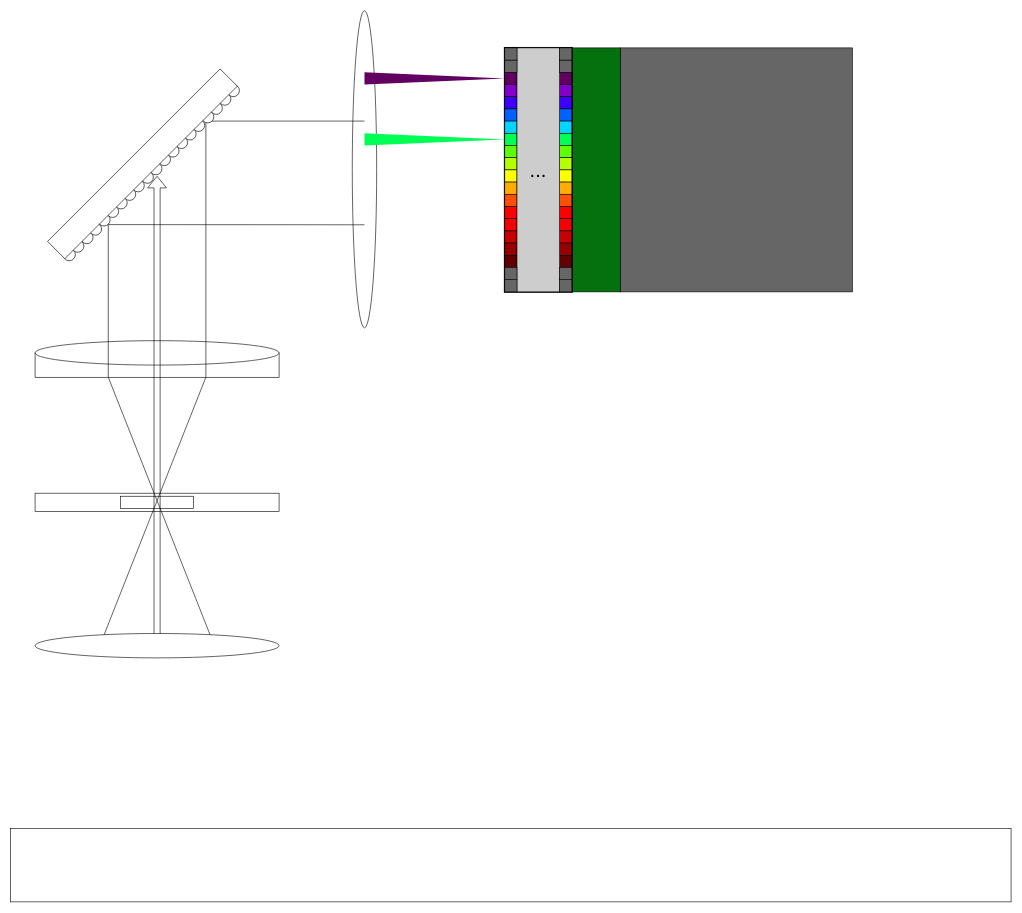
Above: sushiBlockDiagram.drawio in snider-lab-msu/figures (draw.io), before the change. Source tidied: cells renumbered, new cells numbered last; positions are measured from the earlier drawing's top-left corner, leaving out a move shared by most shapes. Both pictures are drawn from the tidied source at 61%, with x=0, y=0 at pixel (10, 48).
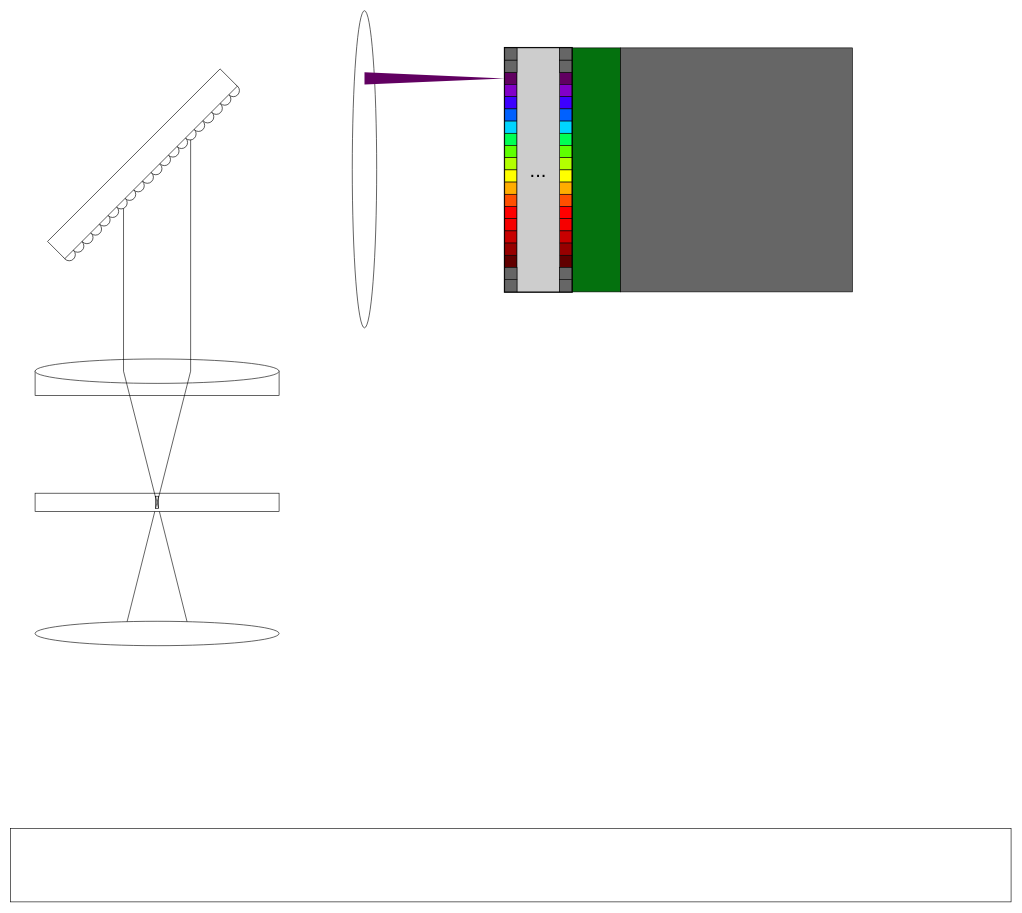
The same diagram, later.

Commit message:
narrowed slit

The edit, as a diff of the source:
```diff
@@
+    <mxCell id="53" style="group;" parent="1" vertex="1">
+      <mxGeometry x="40" y="510" width="400" height="60" as="geometry" />
+    </mxCell>
+    <mxCell id="54" style="rounded=0;whiteSpace=wrap;html=1;" parent="53" vertex="1">
+      <mxGeometry y="20" width="400" height="40" as="geometry" />
+    </mxCell>
+    <mxCell id="55" style="ellipse;whiteSpace=wrap;html=1;" parent="53" vertex="1">
+      <mxGeometry width="400" height="40" as="geometry" />
+    </mxCell>
+    <mxCell id="85" style="endArrow=none;html=1;rounded=0;exitX=0;exitY=1;exitDx=0;exitDy=0;entryX=0.629;entryY=0.945;entryDx=0;entryDy=0;entryPerimeter=0;" parent="1" edge="1">
+      <mxGeometry relative="1" as="geometry">
+        <mxPoint x="188" y="952" as="sourcePoint" />
+        <mxPoint x="237.5" y="755" as="targetPoint" />
+      </mxGeometry>
+    </mxCell>
+    <mxCell id="86" style="endArrow=none;html=1;rounded=0;exitX=0;exitY=1;exitDx=0;exitDy=0;entryX=0.629;entryY=0.945;entryDx=0;entryDy=0;entryPerimeter=0;" parent="1" edge="1">
+      <mxGeometry relative="1" as="geometry">
+        <mxPoint x="242.5" y="755" as="sourcePoint" />
+        <mxPoint x="292" y="952" as="targetPoint" />
+      </mxGeometry>
+    </mxCell>
@@
-    <mxCell id="3" style="endArrow=none;html=1;rounded=0;" parent="1" edge="1">
-      <mxGeometry relative="1" as="geometry">
-        <mxPoint x="300" y="120" as="sourcePoint" />
-        <mxPoint x="580" y="120" as="targetPoint" />
-      </mxGeometry>
-    </mxCell>
@@
-    <mxCell id="8" style="rounded=0;whiteSpace=wrap;html=1;" parent="1" vertex="1">
-      <mxGeometry x="180" y="735" width="120" height="20" as="geometry" />
+    <mxCell id="8" style="rounded=0;whiteSpace=wrap;html=1;fillColor=none;strokeColor=default;" parent="1" vertex="1">
+      <mxGeometry x="237.5" y="735" width="5" height="20" as="geometry" />
     </mxCell>
@@
-    <mxCell id="51" style="endArrow=none;html=1;rounded=0;entryX=0.7;entryY=0.998;entryDx=0;entryDy=0;entryPerimeter=0;" parent="1" edge="1" target="54">
-      <mxGeometry relative="1" as="geometry">
-        <mxPoint x="150" y="970" as="sourcePoint" />
-      </mxGeometry>
-    </mxCell>
-    <mxCell id="52" style="endArrow=none;html=1;rounded=0;entryX=0.3;entryY=0.997;entryDx=0;entryDy=0;entryPerimeter=0;" parent="1" edge="1" target="54">
-      <mxGeometry relative="1" as="geometry">
-        <mxPoint x="330" y="970" as="sourcePoint" />
-      </mxGeometry>
-    </mxCell>
-    <mxCell id="53" style="group;" parent="1" vertex="1">
-      <mxGeometry x="40" y="480" width="400" height="60" as="geometry" />
-    </mxCell>
-    <mxCell id="54" style="rounded=0;whiteSpace=wrap;html=1;" parent="53" vertex="1">
-      <mxGeometry y="20" width="400" height="40" as="geometry" />
-    </mxCell>
-    <mxCell id="55" style="ellipse;whiteSpace=wrap;html=1;" parent="53" vertex="1">
-      <mxGeometry width="400" height="40" as="geometry" />
-    </mxCell>
-    <mxCell id="56" style="endArrow=none;html=1;rounded=0;" parent="1" edge="1">
-      <mxGeometry relative="1" as="geometry">
-        <mxPoint x="160" y="540" as="sourcePoint" />
-        <mxPoint x="160" y="272.5" as="targetPoint" />
-      </mxGeometry>
-    </mxCell>
-    <mxCell id="57" style="endArrow=none;html=1;rounded=0;" parent="1" edge="1">
-      <mxGeometry relative="1" as="geometry">
-        <mxPoint x="320" y="540" as="sourcePoint" />
-        <mxPoint x="320" y="115" as="targetPoint" />
-      </mxGeometry>
-    </mxCell>
-    <mxCell id="58" style="endArrow=none;html=1;rounded=0;" parent="1" edge="1">
-      <mxGeometry relative="1" as="geometry">
-        <mxPoint x="135" y="289.7" as="sourcePoint" />
-        <mxPoint x="580" y="290" as="targetPoint" />
-      </mxGeometry>
-    </mxCell>
+    <mxCell id="82" style="ellipse;whiteSpace=wrap;html=1;" parent="1" vertex="1">
+      <mxGeometry x="40" y="940" width="400" height="40" as="geometry" />
+    </mxCell>
+    <mxCell id="83" style="triangle;whiteSpace=wrap;html=1;fillColor=#610061;strokeColor=none;" parent="1" vertex="1">
+      <mxGeometry x="580" y="40" width="230" height="20" as="geometry" />
+    </mxCell>
+    <mxCell id="87" style="endArrow=none;html=1;rounded=0;exitX=0;exitY=1;exitDx=0;exitDy=0;entryX=1;entryY=0;entryDx=0;entryDy=0;" parent="1" edge="1" source="8" target="8">
+      <mxGeometry relative="1" as="geometry" />
+    </mxCell>
+    <mxCell id="88" style="endArrow=none;html=1;rounded=0;entryX=0.629;entryY=0.945;entryDx=0;entryDy=0;entryPerimeter=0;" parent="1" edge="1">
+      <mxGeometry relative="1" as="geometry">
+        <mxPoint x="185" y="530" as="sourcePoint" />
+        <mxPoint x="237.5" y="737" as="targetPoint" />
+      </mxGeometry>
+    </mxCell>
+    <mxCell id="89" style="endArrow=none;html=1;rounded=0;exitX=0;exitY=1;exitDx=0;exitDy=0;entryX=1;entryY=0;entryDx=0;entryDy=0;" parent="1" edge="1">
+      <mxGeometry relative="1" as="geometry">
+        <mxPoint x="237.5" y="735" as="sourcePoint" />
+        <mxPoint x="242.5" y="755" as="targetPoint" />
+      </mxGeometry>
+    </mxCell>
+    <mxCell id="90" style="endArrow=none;html=1;rounded=0;" parent="1" edge="1">
+      <mxGeometry relative="1" as="geometry">
+        <mxPoint x="295" y="530" as="sourcePoint" />
+        <mxPoint x="295" y="130" as="targetPoint" />
+      </mxGeometry>
+    </mxCell>
+    <mxCell id="91" style="endArrow=none;html=1;rounded=0;entryX=0.629;entryY=0.945;entryDx=0;entryDy=0;entryPerimeter=0;" parent="1" edge="1">
+      <mxGeometry relative="1" as="geometry">
+        <mxPoint x="242.5" y="737" as="sourcePoint" />
+        <mxPoint x="295" y="530" as="targetPoint" />
+      </mxGeometry>
+    </mxCell>
+    <mxCell id="92" style="endArrow=none;html=1;rounded=0;" parent="1" edge="1">
+      <mxGeometry relative="1" as="geometry">
+        <mxPoint x="185" y="530" as="sourcePoint" />
+        <mxPoint x="185" y="220" as="targetPoint" />
+      </mxGeometry>
+    </mxCell>
@@
-    <mxCell id="81" style="shape=flexArrow;endArrow=classic;html=1;rounded=0;" parent="1" edge="1">
-      <mxGeometry relative="1" as="geometry">
-        <mxPoint x="240" y="980" as="sourcePoint" />
-        <mxPoint x="240" y="210" as="targetPoint" />
-      </mxGeometry>
-    </mxCell>
-    <mxCell id="82" style="ellipse;whiteSpace=wrap;html=1;" parent="1" vertex="1">
-      <mxGeometry x="40" y="960" width="400" height="40" as="geometry" />
-    </mxCell>
-    <mxCell id="83" style="triangle;whiteSpace=wrap;html=1;fillColor=#610061;strokeColor=none;" parent="1" vertex="1">
-      <mxGeometry x="580" y="40" width="230" height="20" as="geometry" />
-    </mxCell>
-    <mxCell id="84" style="triangle;whiteSpace=wrap;html=1;strokeColor=none;fillColor=#00FF54;" parent="1" vertex="1">
-      <mxGeometry x="580" y="140" width="230" height="20" as="geometry" />
-    </mxCell>
```
